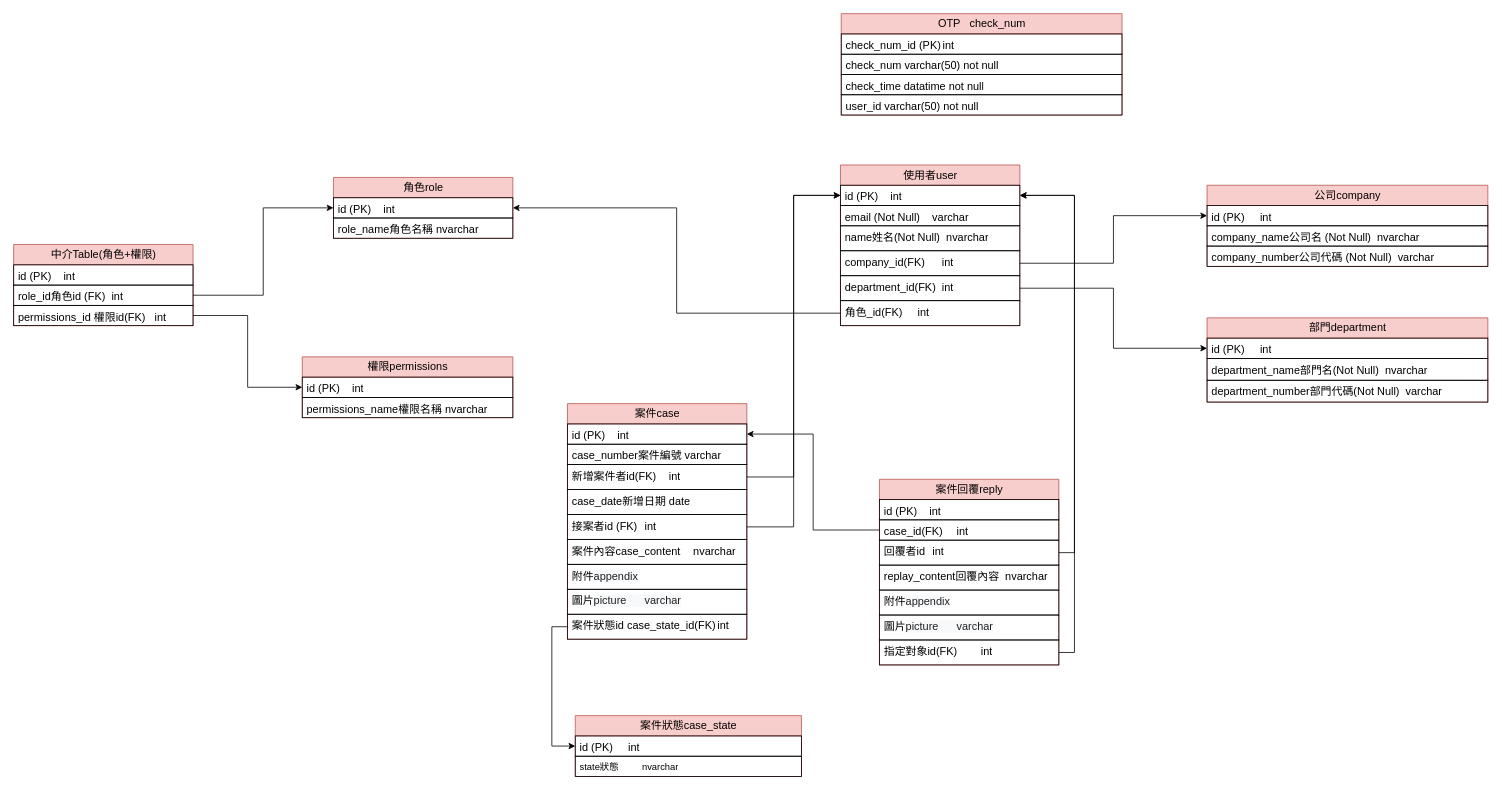
This is DB設計圖.drawio from ViviChou1017/HTMLCSSProject, a draw.io file, before an edit. Source tidied: cells renumbered, new cells numbered last; positions are measured from the earlier drawing's top-left corner, leaving out a move shared by most shapes. Both pictures are drawn from the tidied source at 78%, with x=0, y=0 at pixel (13, 13).
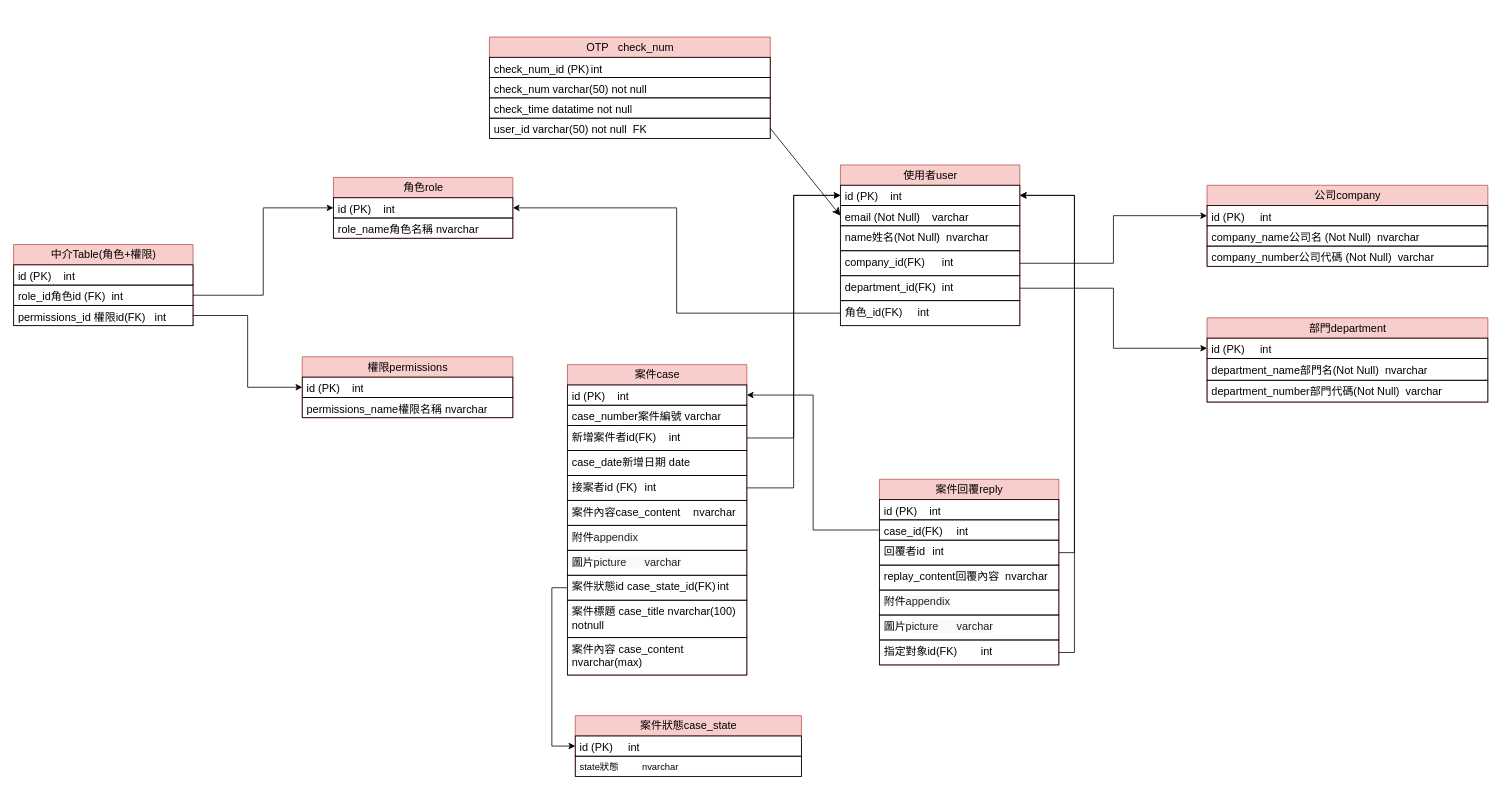
After the change.

Commit message:
更新DB設計圖.drawio

The change refers to these unchanged cells:
```xml
<mxCell id="4" value="&lt;font style=&quot;font-size: 14px;&quot;&gt;email (Not Null)&amp;nbsp; &amp;nbsp; varchar&lt;/font&gt;" style="text;strokeColor=default;fillColor=none;align=left;verticalAlign=top;spacingLeft=4;spacingRight=4;overflow=hidden;points=[[0,0.5],[1,0.5]];portConstraint=eastwest;whiteSpace=wrap;html=1;" parent="2" vertex="1">
  <mxGeometry y="52" width="230" height="26" as="geometry" />
</mxCell>
```

The edit, as a diff of the source:
```diff
@@
     <mxCell id="17" value="&lt;span style=&quot;font-size: 14px;&quot;&gt;案件case&lt;/span&gt;" style="swimlane;fontStyle=0;horizontal=1;startSize=26;fillColor=#f8cecc;html=1;strokeColor=#b85450;" parent="1" vertex="1">
-      <mxGeometry x="710" y="500" width="230" height="302" as="geometry" />
+      <mxGeometry x="710" y="450" width="230" height="398" as="geometry" />
     </mxCell>
@@
+    <mxCell id="64" value="&lt;span style=&quot;font-size: 14px;&quot;&gt;案件標題 case_title nvarchar(100) notnull&lt;/span&gt;" style="text;strokeColor=default;fillColor=none;align=left;verticalAlign=top;spacingLeft=4;spacingRight=4;overflow=hidden;whiteSpace=wrap;html=1;" parent="17" vertex="1">
+      <mxGeometry y="302" width="230" height="48" as="geometry" />
+    </mxCell>
+    <mxCell id="65" value="&lt;span style=&quot;font-size: 14px;&quot;&gt;案件內容 case_content nvarchar(max)&lt;/span&gt;" style="text;strokeColor=default;fillColor=none;align=left;verticalAlign=top;spacingLeft=4;spacingRight=4;overflow=hidden;whiteSpace=wrap;html=1;" parent="17" vertex="1">
+      <mxGeometry y="350" width="230" height="48" as="geometry" />
+    </mxCell>
@@
     <mxCell id="59" value="&lt;span style=&quot;font-size: 14px;&quot;&gt;OTP&amp;nbsp; &amp;nbsp;check_num&lt;/span&gt;" style="swimlane;fontStyle=0;horizontal=1;startSize=26;fillColor=#f8cecc;html=1;strokeColor=#b85450;" parent="1" vertex="1">
-      <mxGeometry x="1061" width="360" height="130" as="geometry" />
+      <mxGeometry x="610" y="30" width="360" height="130" as="geometry" />
     </mxCell>
@@
-    <mxCell id="63" value="&lt;span style=&quot;font-size: 14px;&quot;&gt;user_id varchar(50&lt;/span&gt;&lt;span style=&quot;font-size: 14px; background-color: initial;&quot;&gt;) not null&lt;/span&gt;" style="text;strokeColor=default;fillColor=none;align=left;verticalAlign=top;spacingLeft=4;spacingRight=4;overflow=hidden;points=[[0,0.5],[1,0.5]];portConstraint=eastwest;whiteSpace=wrap;html=1;" parent="59" vertex="1">
+    <mxCell id="63" value="&lt;span style=&quot;font-size: 14px;&quot;&gt;user_id varchar(50&lt;/span&gt;&lt;span style=&quot;font-size: 14px; background-color: initial;&quot;&gt;) not null&amp;nbsp; FK&lt;/span&gt;" style="text;strokeColor=default;fillColor=none;align=left;verticalAlign=top;spacingLeft=4;spacingRight=4;overflow=hidden;points=[[0,0.5],[1,0.5]];portConstraint=eastwest;whiteSpace=wrap;html=1;" parent="59" vertex="1">
       <mxGeometry y="104" width="360" height="26" as="geometry" />
     </mxCell>
+    <mxCell id="66" style="edgeStyle=none;curved=1;rounded=0;jettySize=auto;html=1;exitX=1;exitY=0.5;exitDx=0;exitDy=0;entryX=0;entryY=0.5;entryDx=0;entryDy=0;fontSize=12;startSize=8;endSize=8;" parent="1" edge="1" source="63" target="4">
+      <mxGeometry relative="1" as="geometry" />
+    </mxCell>
```
